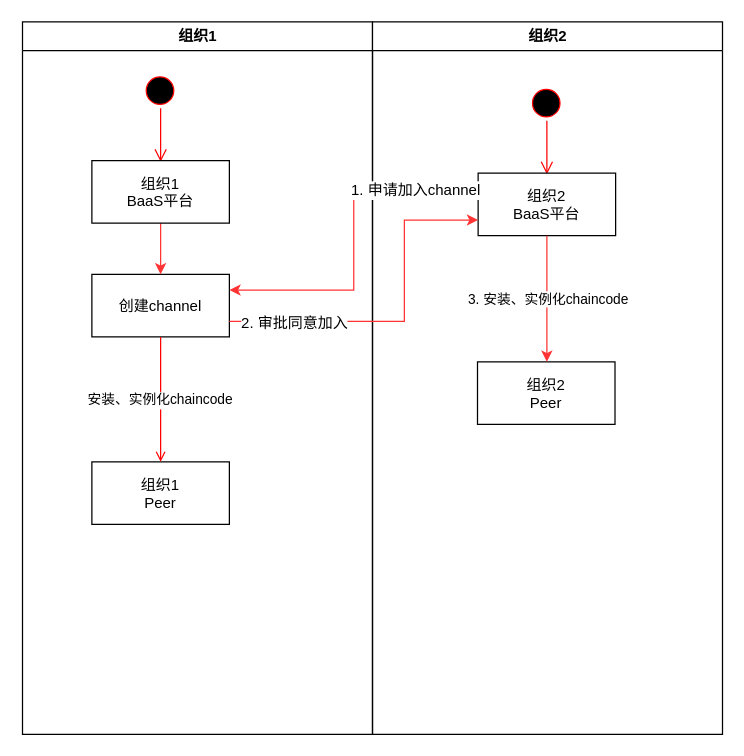
Before: repository/drawio/postb/创建_加入channel.drawio in dilide/collections, a draw.io diagram. Source tidied: cells renumbered, new cells numbered last; positions are measured from the earlier drawing's top-left corner, leaving out a move shared by most shapes. Both pictures are drawn from the tidied source at 125%, with x=0, y=0 at pixel (21, 21).
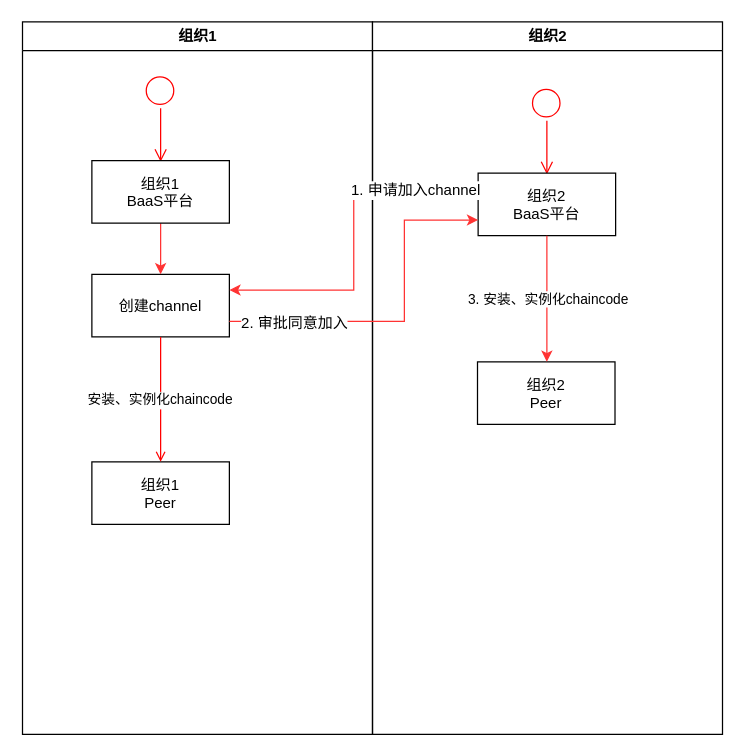
The same page after the edit.

The change refers to these unchanged cells:
```xml
<mxCell id="2" value="组织1" style="swimlane;whiteSpace=wrap;" parent="1" vertex="1">
  <mxGeometry x="0.5" width="280" height="570" as="geometry" />
</mxCell>
<mxCell id="10" value="组织2" style="swimlane;whiteSpace=wrap;" parent="1" vertex="1">
  <mxGeometry x="280.5" width="280" height="570" as="geometry" />
</mxCell>
```

The edit, as a diff of the source:
```diff
@@
-    <mxCell id="3" style="ellipse;shape=startState;fillColor=#000000;strokeColor=#ff0000;" parent="2" vertex="1">
+    <mxCell id="3" style="ellipse;shape=startState;fillColor=none;strokeColor=#ff0000;" parent="2" vertex="1">
       <mxGeometry x="95" y="40" width="30" height="30" as="geometry" />
     </mxCell>
@@
-    <mxCell id="11" style="ellipse;shape=startState;fillColor=#000000;strokeColor=#ff0000;" parent="10" vertex="1">
+    <mxCell id="11" style="ellipse;shape=startState;fillColor=none;strokeColor=#ff0000;" parent="10" vertex="1">
       <mxGeometry x="124" y="50" width="30" height="30" as="geometry" />
     </mxCell>
```
